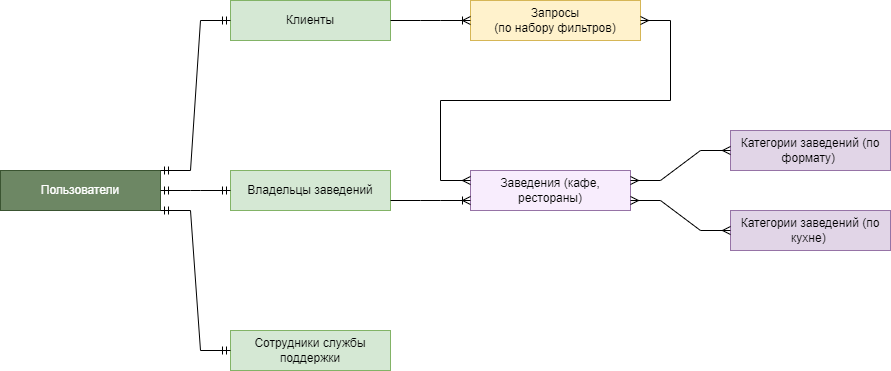
Above: Диаграмма без названия.drawio.png in nastyakaraman/system-analysis (draw.io), before the change. Source tidied: cells renumbered, new cells last; positions are measured from the earlier drawing's top-left corner, leaving out a move shared by most shapes.
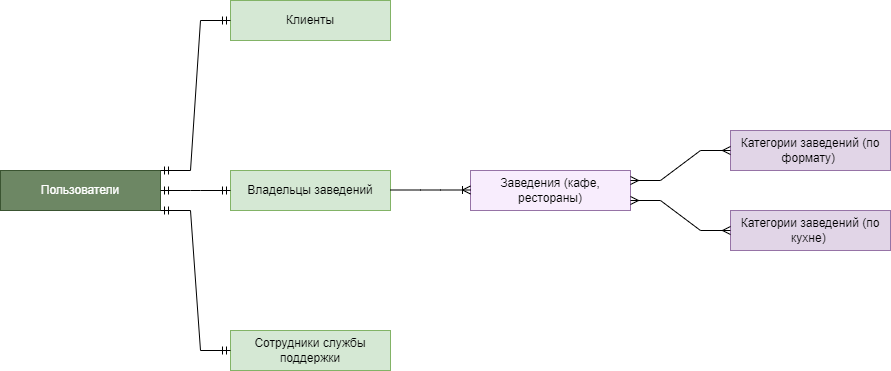
The same file after the commit.

Commit message:
удалила сущность Запрос

Diff of the diagram source:
```diff
@@ -17,9 +17,6 @@
     <mxCell id="6" value="Категории заведений (по кухне)&amp;nbsp;" style="whiteSpace=wrap;html=1;align=center;fillColor=#e1d5e7;strokeColor=#9673a6;" parent="1" vertex="1">
       <mxGeometry x="730" y="210" width="160" height="40" as="geometry" />
     </mxCell>
-    <mxCell id="7" value="Запросы&lt;br&gt;(по набору фильтров)" style="whiteSpace=wrap;html=1;align=center;fillColor=#fff2cc;strokeColor=#d6b656;" parent="1" vertex="1">
-      <mxGeometry x="470" width="170" height="40" as="geometry" />
-    </mxCell>
     <mxCell id="8" value="Сотрудники службы поддержки" style="whiteSpace=wrap;html=1;align=center;fillColor=#d5e8d4;strokeColor=#82b366;" parent="1" vertex="1">
       <mxGeometry x="230" y="330" width="160" height="40" as="geometry" />
     </mxCell>
@@ -29,11 +26,6 @@
     <mxCell id="10" style="edgeStyle=entityRelationEdgeStyle;fontSize=12;html=1;endArrow=ERmany;startArrow=ERmany;rounded=0;exitX=1;exitY=0.75;exitDx=0;exitDy=0;" parent="1" edge="1" source="4" target="6">
       <mxGeometry relative="1" as="geometry" />
     </mxCell>
-    <mxCell id="11" style="edgeStyle=entityRelationEdgeStyle;fontSize=12;html=1;endArrow=ERmany;startArrow=ERmany;rounded=0;exitX=1;exitY=0.5;exitDx=0;exitDy=0;" parent="1" edge="1" source="7">
-      <mxGeometry relative="1" as="geometry">
-        <mxPoint x="470" y="180" as="targetPoint" />
-      </mxGeometry>
-    </mxCell>
     <mxCell id="12" value="Пользователи" style="whiteSpace=wrap;html=1;align=center;fillColor=#6d8764;strokeColor=#3A5431;fontColor=#ffffff;" parent="1" vertex="1">
       <mxGeometry y="170" width="160" height="40" as="geometry" />
     </mxCell>
@@ -48,15 +40,10 @@
     <mxCell id="15" style="edgeStyle=entityRelationEdgeStyle;fontSize=12;html=1;endArrow=ERmandOne;startArrow=ERmandOne;rounded=0;exitX=1;exitY=1;exitDx=0;exitDy=0;entryX=0;entryY=0.5;entryDx=0;entryDy=0;" parent="1" edge="1" source="12" target="8">
       <mxGeometry relative="1" as="geometry" />
     </mxCell>
-    <mxCell id="16" style="edgeStyle=entityRelationEdgeStyle;fontSize=12;html=1;endArrow=ERoneToMany;rounded=0;entryX=0;entryY=0.5;entryDx=0;entryDy=0;" parent="1" edge="1" target="7">
-      <mxGeometry relative="1" as="geometry">
-        <mxPoint x="390" y="20" as="sourcePoint" />
-      </mxGeometry>
-    </mxCell>
     <mxCell id="17" style="edgeStyle=entityRelationEdgeStyle;fontSize=12;html=1;endArrow=ERoneToMany;rounded=0;entryX=0;entryY=0.5;entryDx=0;entryDy=0;" parent="1" edge="1">
       <mxGeometry relative="1" as="geometry">
-        <mxPoint x="390" y="200" as="sourcePoint" />
-        <mxPoint x="470" y="200" as="targetPoint" />
+        <mxPoint x="390" y="189.5" as="sourcePoint" />
+        <mxPoint x="470" y="189.5" as="targetPoint" />
       </mxGeometry>
     </mxCell>
   </root>
```
